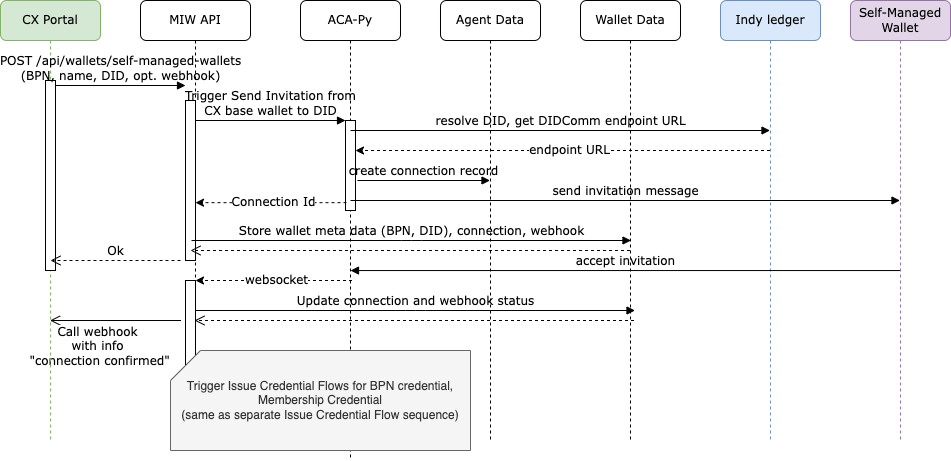
This is docs/diagrams/MIW-Sequence-Register-Self-ManagedWallet.drawio.png from eclipse-tractusx/managed-identity-wallet, a draw.io export, as it was before one commit. Source tidied: cells renumbered, new cells last; positions are measured from the earlier drawing's top-left corner, leaving out a move shared by most shapes.
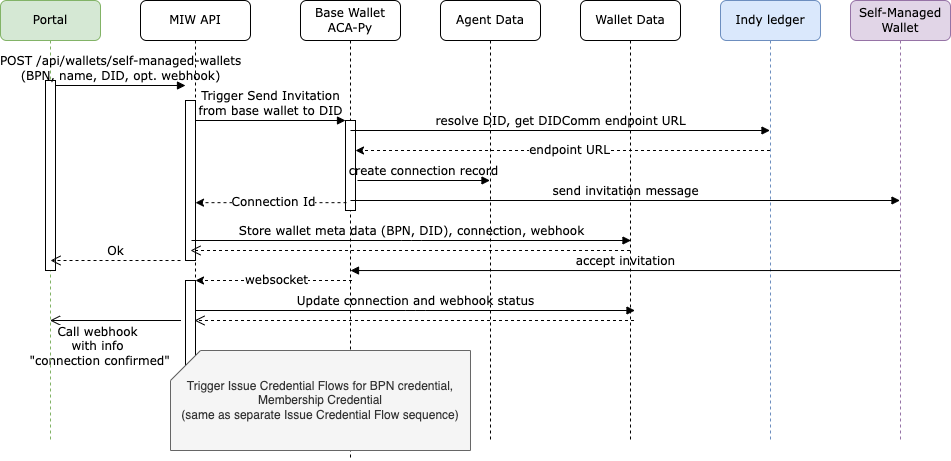
The same diagram one commit later.

Diff of the diagram source:
```diff
@@ -2,7 +2,7 @@
   <root>
     <mxCell id="0" />
     <mxCell id="1" parent="0" />
-    <mxCell id="2" value="ACA-Py" style="shape=umlLifeline;perimeter=lifelinePerimeter;whiteSpace=wrap;html=1;rounded=1;shadow=0;comic=0;labelBackgroundColor=none;strokeWidth=1;fontFamily=Verdana;fontSize=12;align=center;" parent="1" vertex="1">
+    <mxCell id="2" value="Base Wallet ACA-Py" style="shape=umlLifeline;perimeter=lifelinePerimeter;whiteSpace=wrap;html=1;rounded=1;shadow=0;comic=0;labelBackgroundColor=none;strokeWidth=1;fontFamily=Verdana;fontSize=12;align=center;" parent="1" vertex="1">
       <mxGeometry x="300" width="100" height="460" as="geometry" />
     </mxCell>
     <mxCell id="3" style="html=1;points=[];perimeter=orthogonalPerimeter;rounded=0;shadow=0;comic=0;labelBackgroundColor=none;strokeWidth=1;fontFamily=Verdana;fontSize=12;align=center;" parent="2" vertex="1">
@@ -50,7 +50,7 @@
     <mxCell id="14" value="Indy ledger" style="shape=umlLifeline;perimeter=lifelinePerimeter;whiteSpace=wrap;html=1;outlineConnect=0;rounded=1;shadow=0;comic=0;labelBackgroundColor=none;strokeWidth=1;fontFamily=Verdana;fontSize=12;align=center;fillColor=#dae8fc;strokeColor=#6c8ebf;" parent="1" vertex="1">
       <mxGeometry x="720" width="100" height="440" as="geometry" />
     </mxCell>
-    <mxCell id="15" value="CX Portal" style="shape=umlLifeline;perimeter=lifelinePerimeter;whiteSpace=wrap;html=1;outlineConnect=0;rounded=1;shadow=0;comic=0;labelBackgroundColor=none;strokeWidth=1;fontFamily=Verdana;fontSize=12;align=center;fillColor=#d5e8d4;strokeColor=#82b366;" parent="1" vertex="1">
+    <mxCell id="15" value="Portal" style="shape=umlLifeline;perimeter=lifelinePerimeter;whiteSpace=wrap;html=1;outlineConnect=0;rounded=1;shadow=0;comic=0;labelBackgroundColor=none;strokeWidth=1;fontFamily=Verdana;fontSize=12;align=center;fillColor=#d5e8d4;strokeColor=#82b366;" parent="1" vertex="1">
       <mxGeometry width="100" height="440" as="geometry" />
     </mxCell>
     <mxCell id="16" style="html=1;perimeter=orthogonalPerimeter;rounded=0;shadow=0;comic=0;labelBackgroundColor=none;strokeWidth=1;fontFamily=Verdana;fontSize=12;align=center;" parent="15" vertex="1">
@@ -67,7 +67,7 @@
         <mxPoint x="185" y="85" as="targetPoint" />
       </mxGeometry>
     </mxCell>
-    <mxCell id="19" value="Trigger Send&amp;nbsp;Invitation from&lt;br&gt;CX base wallet to DID" style="html=1;verticalAlign=bottom;endArrow=block;entryX=0;entryY=0;labelBackgroundColor=none;fontFamily=Verdana;fontSize=12;edgeStyle=elbowEdgeStyle;elbow=vertical;" parent="1" edge="1" source="5" target="3">
+    <mxCell id="19" value="Trigger Send&amp;nbsp;Invitation&lt;br&gt;from&amp;nbsp;base wallet to DID" style="html=1;verticalAlign=bottom;endArrow=block;entryX=0;entryY=0;labelBackgroundColor=none;fontFamily=Verdana;fontSize=12;edgeStyle=elbowEdgeStyle;elbow=vertical;" parent="1" edge="1" source="5" target="3">
       <mxGeometry relative="1" as="geometry" />
     </mxCell>
     <mxCell id="20" value="&lt;font style=&quot;font-size: 12px&quot; face=&quot;Verdana&quot;&gt;Connection Id&lt;/font&gt;" style="endArrow=classic;html=1;rounded=0;exitX=0.1;exitY=0.913;exitDx=0;exitDy=0;exitPerimeter=0;dashed=1;" parent="1" edge="1" source="3" target="5">
```
